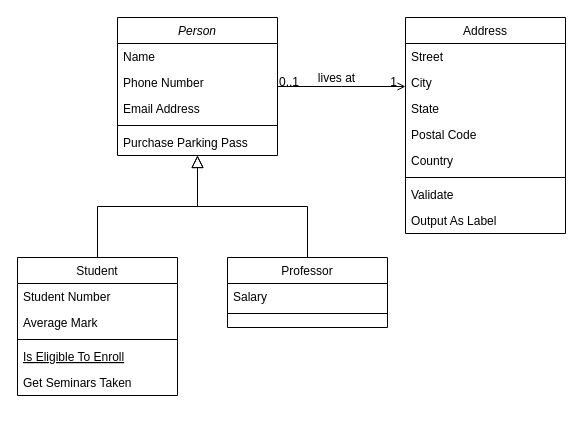
Earlier version of the draw.io diagram Class Diagram Plan.drawio (JorgeSaicoski/YourStatsHelper). Source tidied: cells renumbered, new cells numbered last; positions are measured from the earlier drawing's top-left corner, leaving out a move shared by most shapes. Both pictures are drawn from the tidied source at 100%, with x=0, y=0 at pixel (17, 17).
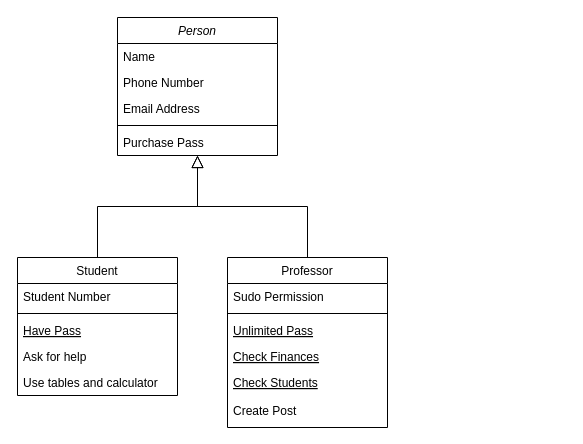
After the change.

Unchanged cells that the change refers to:
```xml
<mxCell id="2" value="Person" style="swimlane;fontStyle=2;align=center;verticalAlign=top;horizontal=1;startSize=26;rounded=0;shadow=0;strokeWidth=1;" parent="1" vertex="1">
  <mxGeometry x="100" width="160" height="138" as="geometry" />
</mxCell>
<mxCell id="8" value="Student" style="swimlane;fontStyle=0;align=center;verticalAlign=top;horizontal=1;startSize=26;rounded=0;shadow=0;strokeWidth=1;" parent="1" vertex="1">
  <mxGeometry y="240" width="160" height="138" as="geometry" />
</mxCell>
```

Diff of the diagram source:
```diff
@@
-    <mxCell id="7" value="Purchase Parking Pass" style="text;align=left;verticalAlign=top;spacingLeft=4;spacingRight=4;overflow=hidden;" parent="2" vertex="1">
+    <mxCell id="7" value="Purchase Pass" style="text;align=left;verticalAlign=top;spacingLeft=4;spacingRight=4;overflow=hidden;" parent="2" vertex="1">
       <mxGeometry y="112" width="160" height="26" as="geometry" />
     </mxCell>
@@
-    <mxCell id="10" value="Average Mark" style="text;align=left;verticalAlign=top;spacingLeft=4;spacingRight=4;overflow=hidden;rounded=0;shadow=0;html=0;" parent="8" vertex="1">
-      <mxGeometry y="52" width="160" height="26" as="geometry" />
-    </mxCell>
     <mxCell id="11" style="line;html=1;strokeWidth=1;align=left;verticalAlign=middle;spacingTop=-1;spacingLeft=3;spacingRight=3;labelPosition=right;" parent="8" vertex="1">
-      <mxGeometry y="78" width="160" height="8" as="geometry" />
+      <mxGeometry y="52" width="160" height="8" as="geometry" />
     </mxCell>
-    <mxCell id="12" value="Is Eligible To Enroll" style="text;align=left;verticalAlign=top;spacingLeft=4;spacingRight=4;overflow=hidden;fontStyle=4;" parent="8" vertex="1">
-      <mxGeometry y="86" width="160" height="26" as="geometry" />
+    <mxCell id="12" value="Have Pass" style="text;align=left;verticalAlign=top;spacingLeft=4;spacingRight=4;overflow=hidden;fontStyle=4;" parent="8" vertex="1">
+      <mxGeometry y="60" width="160" height="26" as="geometry" />
     </mxCell>
-    <mxCell id="13" value="Get Seminars Taken" style="text;align=left;verticalAlign=top;spacingLeft=4;spacingRight=4;overflow=hidden;" parent="8" vertex="1">
-      <mxGeometry y="112" width="160" height="26" as="geometry" />
+    <mxCell id="13" value="Ask for help" style="text;align=left;verticalAlign=top;spacingLeft=4;spacingRight=4;overflow=hidden;" parent="8" vertex="1">
+      <mxGeometry y="86" width="160" height="26" as="geometry" />
     </mxCell>
+    <mxCell id="32" value="Use tables and calculator" style="text;align=left;verticalAlign=top;spacingLeft=4;spacingRight=4;overflow=hidden;" parent="8" vertex="1">
+      <mxGeometry y="112" width="160" height="26" as="geometry" />
+    </mxCell>
@@
     <mxCell id="15" value="Professor" style="swimlane;fontStyle=0;align=center;verticalAlign=top;horizontal=1;startSize=26;rounded=0;shadow=0;strokeWidth=1;" parent="1" vertex="1">
-      <mxGeometry x="210" y="240" width="160" height="70" as="geometry" />
+      <mxGeometry x="210" y="240" width="160" height="170" as="geometry" />
     </mxCell>
-    <mxCell id="16" value="Salary" style="text;align=left;verticalAlign=top;spacingLeft=4;spacingRight=4;overflow=hidden;" parent="15" vertex="1">
+    <mxCell id="16" value="Sudo Permission" style="text;align=left;verticalAlign=top;spacingLeft=4;spacingRight=4;overflow=hidden;" parent="15" vertex="1">
       <mxGeometry y="26" width="160" height="26" as="geometry" />
     </mxCell>
@@
+    <mxCell id="33" value="Unlimited Pass" style="text;align=left;verticalAlign=top;spacingLeft=4;spacingRight=4;overflow=hidden;fontStyle=4;" parent="15" vertex="1">
+      <mxGeometry y="60" width="160" height="26" as="geometry" />
+    </mxCell>
+    <mxCell id="34" value="Check Finances" style="text;align=left;verticalAlign=top;spacingLeft=4;spacingRight=4;overflow=hidden;fontStyle=4;" parent="15" vertex="1">
+      <mxGeometry y="86" width="160" height="26" as="geometry" />
+    </mxCell>
+    <mxCell id="35" value="Check Students" style="text;align=left;verticalAlign=top;spacingLeft=4;spacingRight=4;overflow=hidden;fontStyle=4;" parent="15" vertex="1">
+      <mxGeometry y="112" width="160" height="28" as="geometry" />
+    </mxCell>
+    <mxCell id="36" value="Create Post" style="text;align=left;verticalAlign=top;spacingLeft=4;spacingRight=4;overflow=hidden;" parent="15" vertex="1">
+      <mxGeometry y="140" width="160" height="26" as="geometry" />
+    </mxCell>
@@
-    <mxCell id="19" value="Address" style="swimlane;fontStyle=0;align=center;verticalAlign=top;horizontal=1;startSize=26;rounded=0;shadow=0;strokeWidth=1;" parent="1" vertex="1">
-      <mxGeometry x="388" width="160" height="216" as="geometry" />
-    </mxCell>
-    <mxCell id="20" value="Street" style="text;align=left;verticalAlign=top;spacingLeft=4;spacingRight=4;overflow=hidden;" parent="19" vertex="1">
-      <mxGeometry y="26" width="160" height="26" as="geometry" />
-    </mxCell>
-    <mxCell id="21" value="City" style="text;align=left;verticalAlign=top;spacingLeft=4;spacingRight=4;overflow=hidden;rounded=0;shadow=0;html=0;" parent="19" vertex="1">
-      <mxGeometry y="52" width="160" height="26" as="geometry" />
-    </mxCell>
-    <mxCell id="22" value="State" style="text;align=left;verticalAlign=top;spacingLeft=4;spacingRight=4;overflow=hidden;rounded=0;shadow=0;html=0;" parent="19" vertex="1">
-      <mxGeometry y="78" width="160" height="26" as="geometry" />
-    </mxCell>
-    <mxCell id="23" value="Postal Code" style="text;align=left;verticalAlign=top;spacingLeft=4;spacingRight=4;overflow=hidden;rounded=0;shadow=0;html=0;" parent="19" vertex="1">
-      <mxGeometry y="104" width="160" height="26" as="geometry" />
-    </mxCell>
-    <mxCell id="24" value="Country" style="text;align=left;verticalAlign=top;spacingLeft=4;spacingRight=4;overflow=hidden;rounded=0;shadow=0;html=0;" parent="19" vertex="1">
-      <mxGeometry y="130" width="160" height="26" as="geometry" />
-    </mxCell>
-    <mxCell id="25" style="line;html=1;strokeWidth=1;align=left;verticalAlign=middle;spacingTop=-1;spacingLeft=3;spacingRight=3;labelPosition=right;" parent="19" vertex="1">
-      <mxGeometry y="156" width="160" height="8" as="geometry" />
-    </mxCell>
-    <mxCell id="26" value="Validate" style="text;align=left;verticalAlign=top;spacingLeft=4;spacingRight=4;overflow=hidden;" parent="19" vertex="1">
-      <mxGeometry y="164" width="160" height="26" as="geometry" />
-    </mxCell>
-    <mxCell id="27" value="Output As Label" style="text;align=left;verticalAlign=top;spacingLeft=4;spacingRight=4;overflow=hidden;" parent="19" vertex="1">
-      <mxGeometry y="190" width="160" height="26" as="geometry" />
-    </mxCell>
-    <mxCell id="28" style="endArrow=open;shadow=0;strokeWidth=1;rounded=0;endFill=1;edgeStyle=elbowEdgeStyle;elbow=vertical;" parent="1" edge="1" source="2" target="19">
-      <mxGeometry x="0.5" y="41" relative="1" as="geometry">
-        <mxPoint x="-40" y="32" as="offset" />
-      </mxGeometry>
-    </mxCell>
-    <mxCell id="29" value="0..1" style="align=left;verticalAlign=bottom;labelBackgroundColor=none;fontSize=12;" parent="28" vertex="1">
-      <mxGeometry x="-1" relative="1" as="geometry">
-        <mxPoint y="4" as="offset" />
-      </mxGeometry>
-    </mxCell>
-    <mxCell id="30" value="1" style="align=right;verticalAlign=bottom;labelBackgroundColor=none;fontSize=12;" parent="28" vertex="1">
-      <mxGeometry x="1" relative="1" as="geometry">
-        <mxPoint x="-7" y="4" as="offset" />
-      </mxGeometry>
-    </mxCell>
-    <mxCell id="31" value="lives at" style="text;html=1;align=center;verticalAlign=middle;labelBackgroundColor=none;rounded=0;shadow=0;strokeWidth=1;fontSize=12;" parent="28" vertex="1">
-      <mxGeometry x="0.5" y="49" relative="1" as="geometry">
-        <mxPoint x="-38" y="40" as="offset" />
-      </mxGeometry>
-    </mxCell>
```
